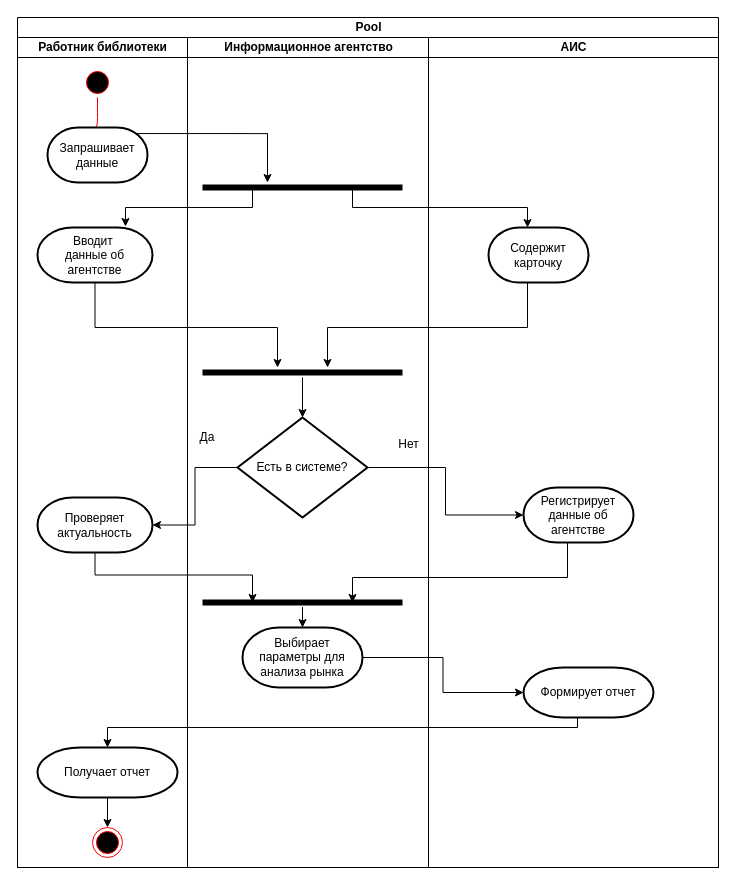
Above: Polytech/CourseThree/TRPO/Диаграммы/Диаграмма активностей.drawio in GkFoxes/Colleges (draw.io), before the change. Source tidied: cells renumbered, new cells numbered last; positions are measured from the earlier drawing's top-left corner, leaving out a move shared by most shapes. Both pictures are drawn from the tidied source at 100%, with x=0, y=0 at pixel (17, 17).
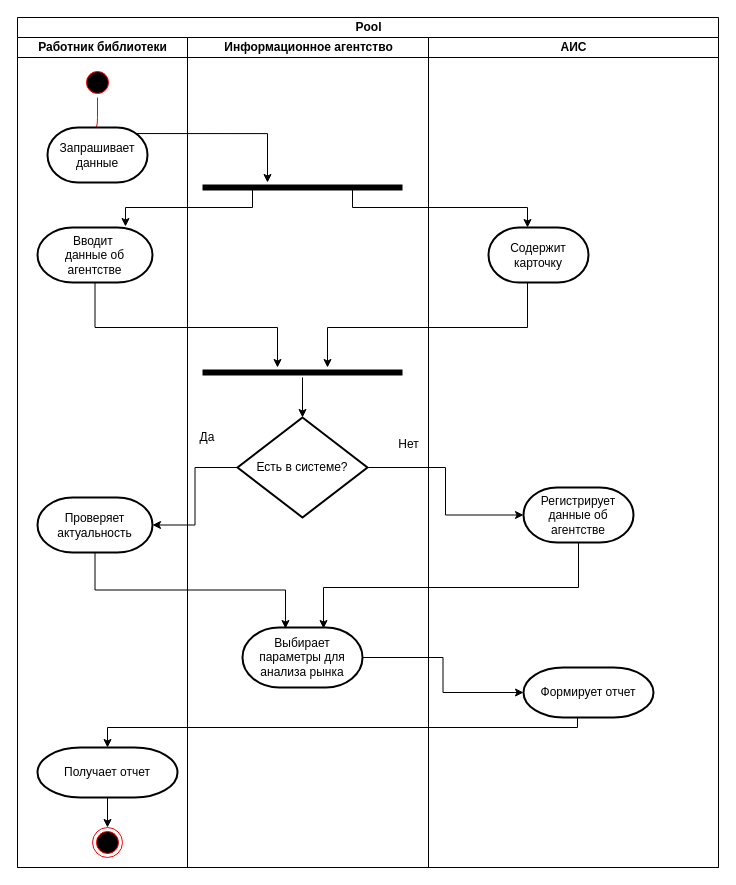
Above is the later version.

The change refers to these unchanged cells:
```xml
<mxCell id="2" value="Pool" style="swimlane;html=1;startSize=20;" parent="1" vertex="1">
  <mxGeometry width="701" height="850" as="geometry" />
</mxCell>
<mxCell id="6" value="Проверяет актуальность" style="strokeWidth=2;html=1;shape=mxgraph.flowchart.terminator;whiteSpace=wrap;" parent="3" vertex="1">
  <mxGeometry x="20" y="460" width="115" height="55" as="geometry" />
</mxCell>
<mxCell id="14" value="Информационное агентство" style="swimlane;html=1;startSize=20;" parent="2" vertex="1">
  <mxGeometry x="170" y="20" width="241" height="830" as="geometry" />
</mxCell>
<mxCell id="22" value="Выбирает параметры для анализа рынка" style="strokeWidth=2;html=1;shape=mxgraph.flowchart.terminator;whiteSpace=wrap;" parent="14" vertex="1">
  <mxGeometry x="55" y="590" width="120" height="60" as="geometry" />
</mxCell>
<mxCell id="26" value="Регистрирует&lt;br&gt;данные об агентстве" style="strokeWidth=2;html=1;shape=mxgraph.flowchart.terminator;whiteSpace=wrap;" parent="24" vertex="1">
  <mxGeometry x="95" y="450" width="110" height="55" as="geometry" />
</mxCell>
```

What changed in the source:
```diff
@@
-    <mxCell id="17" style="edgeStyle=orthogonalEdgeStyle;rounded=0;jettySize=auto;html=1;entryX=0.5;entryY=0;entryDx=0;entryDy=0;entryPerimeter=0;" parent="14" edge="1" source="18" target="22">
-      <mxGeometry relative="1" as="geometry" />
-    </mxCell>
-    <mxCell id="18" style="shape=line;html=1;strokeWidth=6;strokeColor=#000000;" parent="14" vertex="1">
-      <mxGeometry x="15" y="560" width="200" height="10" as="geometry" />
-    </mxCell>
@@
-    <mxCell id="33" style="edgeStyle=orthogonalEdgeStyle;rounded=0;jettySize=auto;html=1;exitX=0.5;exitY=1;exitDx=0;exitDy=0;exitPerimeter=0;entryX=0.25;entryY=0.5;entryDx=0;entryDy=0;entryPerimeter=0;" parent="2" edge="1" source="6" target="18">
+    <mxCell id="33" style="edgeStyle=orthogonalEdgeStyle;rounded=0;jettySize=auto;html=1;exitX=0.5;exitY=1;exitDx=0;exitDy=0;exitPerimeter=0;entryX=0.358;entryY=0.017;entryDx=0;entryDy=0;entryPerimeter=0;" parent="2" edge="1" source="6" target="22">
       <mxGeometry relative="1" as="geometry" />
     </mxCell>
-    <mxCell id="34" style="edgeStyle=orthogonalEdgeStyle;rounded=0;jettySize=auto;html=1;exitX=0.5;exitY=1;exitDx=0;exitDy=0;exitPerimeter=0;entryX=0.75;entryY=0.5;entryDx=0;entryDy=0;entryPerimeter=0;" parent="2" edge="1" source="26" target="18">
+    <mxCell id="34" style="edgeStyle=orthogonalEdgeStyle;rounded=0;jettySize=auto;html=1;exitX=0.5;exitY=1;exitDx=0;exitDy=0;exitPerimeter=0;entryX=0.675;entryY=0.017;entryDx=0;entryDy=0;entryPerimeter=0;" parent="2" edge="1" source="26" target="22">
       <mxGeometry relative="1" as="geometry">
         <Array as="points">
-          <mxPoint x="550" y="560" />
-          <mxPoint x="335" y="560" />
+          <mxPoint x="561" y="570" />
+          <mxPoint x="306" y="570" />
         </Array>
       </mxGeometry>
     </mxCell>
```
